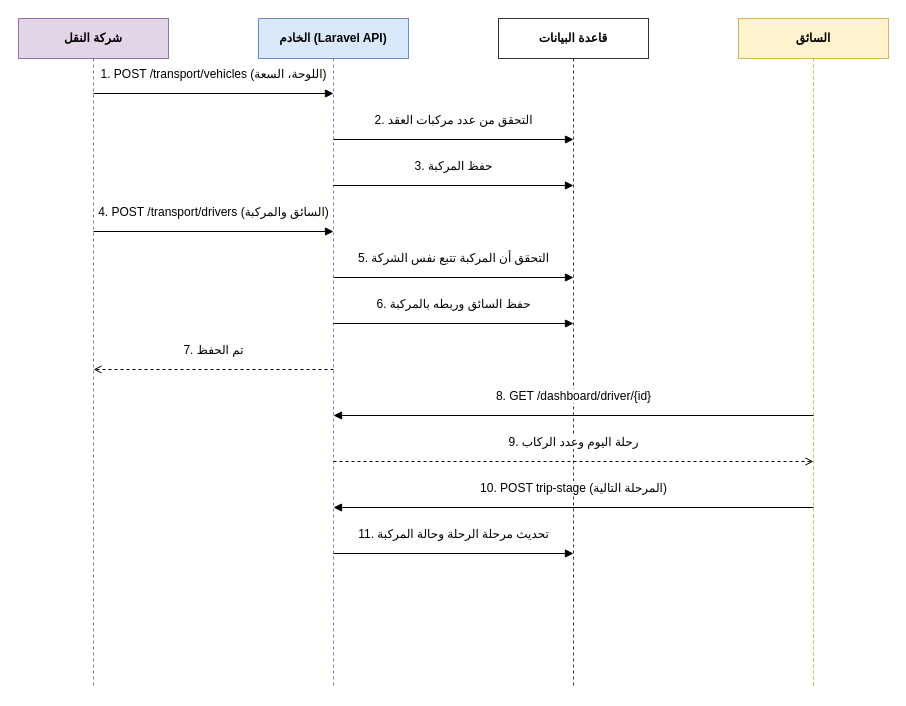
Earlier version of the draw.io diagram مخططات_التحليل_drawio/seq03_transport.drawio (masara-prog/Delni-project). Source tidied: cells renumbered, new cells numbered last; positions are measured from the earlier drawing's top-left corner, leaving out a move shared by most shapes. Both pictures are drawn from the tidied source at 100%, with x=0, y=0 at pixel (18, 18).
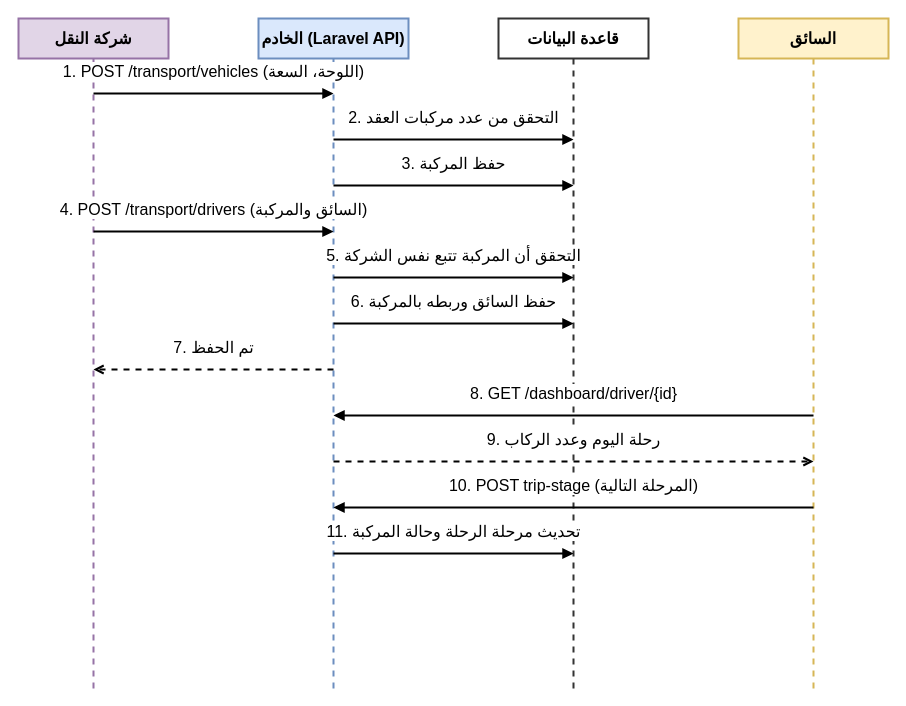
After the change.

The edit, as a diff of the source:
```diff
@@
-    <mxCell id="2" value="شركة النقل" style="shape=umlLifeline;perimeter=lifelinePerimeter;size=40;html=1;whiteSpace=wrap;fontFamily=Arial;fontSize=12;fontStyle=1;fillColor=#e1d5e7;strokeColor=#9673a6;" parent="1" vertex="1">
+    <mxCell id="2" value="شركة النقل" style="shape=umlLifeline;perimeter=lifelinePerimeter;size=40;html=1;whiteSpace=wrap;fontFamily=Arial;fontSize=16;fontStyle=1;fillColor=#e1d5e7;strokeColor=#9673a6;strokeWidth=2;" parent="1" vertex="1">
       <mxGeometry width="150" height="670" as="geometry" />
     </mxCell>
-    <mxCell id="3" value="الخادم (Laravel API)" style="shape=umlLifeline;perimeter=lifelinePerimeter;size=40;html=1;whiteSpace=wrap;fontFamily=Arial;fontSize=12;fontStyle=1;fillColor=#dae8fc;strokeColor=#6c8ebf;" parent="1" vertex="1">
+    <mxCell id="3" value="الخادم (Laravel API)" style="shape=umlLifeline;perimeter=lifelinePerimeter;size=40;html=1;whiteSpace=wrap;fontFamily=Arial;fontSize=16;fontStyle=1;fillColor=#dae8fc;strokeColor=#6c8ebf;strokeWidth=2;" parent="1" vertex="1">
       <mxGeometry x="240" width="150" height="670" as="geometry" />
     </mxCell>
-    <mxCell id="4" value="قاعدة البيانات" style="shape=umlLifeline;perimeter=lifelinePerimeter;size=40;html=1;whiteSpace=wrap;fontFamily=Arial;fontSize=12;fontStyle=1;fillColor=#ffffff;strokeColor=#333333;" parent="1" vertex="1">
+    <mxCell id="4" value="قاعدة البيانات" style="shape=umlLifeline;perimeter=lifelinePerimeter;size=40;html=1;whiteSpace=wrap;fontFamily=Arial;fontSize=16;fontStyle=1;fillColor=#ffffff;strokeColor=#333333;strokeWidth=2;" parent="1" vertex="1">
       <mxGeometry x="480" width="150" height="670" as="geometry" />
     </mxCell>
-    <mxCell id="5" value="السائق" style="shape=umlLifeline;perimeter=lifelinePerimeter;size=40;html=1;whiteSpace=wrap;fontFamily=Arial;fontSize=12;fontStyle=1;fillColor=#fff2cc;strokeColor=#d6b656;" parent="1" vertex="1">
+    <mxCell id="5" value="السائق" style="shape=umlLifeline;perimeter=lifelinePerimeter;size=40;html=1;whiteSpace=wrap;fontFamily=Arial;fontSize=16;fontStyle=1;fillColor=#fff2cc;strokeColor=#d6b656;strokeWidth=2;" parent="1" vertex="1">
       <mxGeometry x="720" width="150" height="670" as="geometry" />
     </mxCell>
-    <mxCell id="6" value="1. POST /transport/vehicles (اللوحة، السعة)" style="endArrow=block;endFill=1;html=1;rounded=0;fontFamily=Arial;fontSize=12;labelBackgroundColor=#ffffff;verticalAlign=bottom;" parent="1" edge="1">
+    <mxCell id="6" value="1. POST /transport/vehicles (اللوحة، السعة)" style="endArrow=block;endFill=1;html=1;rounded=0;fontFamily=Arial;fontSize=16;labelBackgroundColor=#ffffff;verticalAlign=bottom;strokeWidth=2;" parent="1" edge="1">
       <mxGeometry relative="1" as="geometry">
         <mxPoint x="75" y="75" as="sourcePoint" />
         <mxPoint x="315" y="75" as="targetPoint" />
         <mxPoint y="-10" as="offset" />
       </mxGeometry>
     </mxCell>
-    <mxCell id="7" value="2. التحقق من عدد مركبات العقد" style="endArrow=block;endFill=1;html=1;rounded=0;fontFamily=Arial;fontSize=12;labelBackgroundColor=#ffffff;verticalAlign=bottom;" parent="1" edge="1">
+    <mxCell id="7" value="2. التحقق من عدد مركبات العقد" style="endArrow=block;endFill=1;html=1;rounded=0;fontFamily=Arial;fontSize=16;labelBackgroundColor=#ffffff;verticalAlign=bottom;strokeWidth=2;" parent="1" edge="1">
       <mxGeometry relative="1" as="geometry">
         <mxPoint x="315" y="121" as="sourcePoint" />
         <mxPoint x="555" y="121" as="targetPoint" />
         <mxPoint y="-10" as="offset" />
       </mxGeometry>
     </mxCell>
-    <mxCell id="8" value="3. حفظ المركبة" style="endArrow=block;endFill=1;html=1;rounded=0;fontFamily=Arial;fontSize=12;labelBackgroundColor=#ffffff;verticalAlign=bottom;" parent="1" edge="1">
+    <mxCell id="8" value="3. حفظ المركبة" style="endArrow=block;endFill=1;html=1;rounded=0;fontFamily=Arial;fontSize=16;labelBackgroundColor=#ffffff;verticalAlign=bottom;strokeWidth=2;" parent="1" edge="1">
       <mxGeometry relative="1" as="geometry">
         <mxPoint x="315" y="167" as="sourcePoint" />
         <mxPoint x="555" y="167" as="targetPoint" />
         <mxPoint y="-10" as="offset" />
       </mxGeometry>
     </mxCell>
-    <mxCell id="9" value="4. POST /transport/drivers (السائق والمركبة)" style="endArrow=block;endFill=1;html=1;rounded=0;fontFamily=Arial;fontSize=12;labelBackgroundColor=#ffffff;verticalAlign=bottom;" parent="1" edge="1">
+    <mxCell id="9" value="4. POST /transport/drivers (السائق والمركبة)" style="endArrow=block;endFill=1;html=1;rounded=0;fontFamily=Arial;fontSize=16;labelBackgroundColor=#ffffff;verticalAlign=bottom;strokeWidth=2;" parent="1" edge="1">
       <mxGeometry relative="1" as="geometry">
         <mxPoint x="75" y="213" as="sourcePoint" />
         <mxPoint x="315" y="213" as="targetPoint" />
         <mxPoint y="-10" as="offset" />
       </mxGeometry>
     </mxCell>
-    <mxCell id="10" value="5. التحقق أن المركبة تتبع نفس الشركة" style="endArrow=block;endFill=1;html=1;rounded=0;fontFamily=Arial;fontSize=12;labelBackgroundColor=#ffffff;verticalAlign=bottom;" parent="1" edge="1">
+    <mxCell id="10" value="5. التحقق أن المركبة تتبع نفس الشركة" style="endArrow=block;endFill=1;html=1;rounded=0;fontFamily=Arial;fontSize=16;labelBackgroundColor=#ffffff;verticalAlign=bottom;strokeWidth=2;" parent="1" edge="1">
       <mxGeometry relative="1" as="geometry">
         <mxPoint x="315" y="259" as="sourcePoint" />
         <mxPoint x="555" y="259" as="targetPoint" />
         <mxPoint y="-10" as="offset" />
       </mxGeometry>
     </mxCell>
-    <mxCell id="11" value="6. حفظ السائق وربطه بالمركبة" style="endArrow=block;endFill=1;html=1;rounded=0;fontFamily=Arial;fontSize=12;labelBackgroundColor=#ffffff;verticalAlign=bottom;" parent="1" edge="1">
+    <mxCell id="11" value="6. حفظ السائق وربطه بالمركبة" style="endArrow=block;endFill=1;html=1;rounded=0;fontFamily=Arial;fontSize=16;labelBackgroundColor=#ffffff;verticalAlign=bottom;strokeWidth=2;" parent="1" edge="1">
       <mxGeometry relative="1" as="geometry">
         <mxPoint x="315" y="305" as="sourcePoint" />
         <mxPoint x="555" y="305" as="targetPoint" />
         <mxPoint y="-10" as="offset" />
       </mxGeometry>
     </mxCell>
-    <mxCell id="12" value="7. تم الحفظ" style="dashed=1;endArrow=open;html=1;rounded=0;fontFamily=Arial;fontSize=12;labelBackgroundColor=#ffffff;verticalAlign=bottom;" parent="1" edge="1">
+    <mxCell id="12" value="7. تم الحفظ" style="dashed=1;endArrow=open;html=1;rounded=0;fontFamily=Arial;fontSize=16;labelBackgroundColor=#ffffff;verticalAlign=bottom;strokeWidth=2;" parent="1" edge="1">
       <mxGeometry relative="1" as="geometry">
         <mxPoint x="315" y="351" as="sourcePoint" />
         <mxPoint x="75" y="351" as="targetPoint" />
         <mxPoint y="-10" as="offset" />
       </mxGeometry>
     </mxCell>
-    <mxCell id="13" value="8. GET /dashboard/driver/{id}" style="endArrow=block;endFill=1;html=1;rounded=0;fontFamily=Arial;fontSize=12;labelBackgroundColor=#ffffff;verticalAlign=bottom;" parent="1" edge="1">
+    <mxCell id="13" value="8. GET /dashboard/driver/{id}" style="endArrow=block;endFill=1;html=1;rounded=0;fontFamily=Arial;fontSize=16;labelBackgroundColor=#ffffff;verticalAlign=bottom;strokeWidth=2;" parent="1" edge="1">
       <mxGeometry relative="1" as="geometry">
         <mxPoint x="795" y="397" as="sourcePoint" />
         <mxPoint x="315" y="397" as="targetPoint" />
         <mxPoint y="-10" as="offset" />
       </mxGeometry>
     </mxCell>
-    <mxCell id="14" value="9. رحلة اليوم وعدد الركاب" style="dashed=1;endArrow=open;html=1;rounded=0;fontFamily=Arial;fontSize=12;labelBackgroundColor=#ffffff;verticalAlign=bottom;" parent="1" edge="1">
+    <mxCell id="14" value="9. رحلة اليوم وعدد الركاب" style="dashed=1;endArrow=open;html=1;rounded=0;fontFamily=Arial;fontSize=16;labelBackgroundColor=#ffffff;verticalAlign=bottom;strokeWidth=2;" parent="1" edge="1">
       <mxGeometry relative="1" as="geometry">
         <mxPoint x="315" y="443" as="sourcePoint" />
         <mxPoint x="795" y="443" as="targetPoint" />
         <mxPoint y="-10" as="offset" />
       </mxGeometry>
     </mxCell>
-    <mxCell id="15" value="10. POST trip-stage (المرحلة التالية)" style="endArrow=block;endFill=1;html=1;rounded=0;fontFamily=Arial;fontSize=12;labelBackgroundColor=#ffffff;verticalAlign=bottom;" parent="1" edge="1">
+    <mxCell id="15" value="10. POST trip-stage (المرحلة التالية)" style="endArrow=block;endFill=1;html=1;rounded=0;fontFamily=Arial;fontSize=16;labelBackgroundColor=#ffffff;verticalAlign=bottom;strokeWidth=2;" parent="1" edge="1">
       <mxGeometry relative="1" as="geometry">
         <mxPoint x="795" y="489" as="sourcePoint" />
         <mxPoint x="315" y="489" as="targetPoint" />
         <mxPoint y="-10" as="offset" />
       </mxGeometry>
     </mxCell>
-    <mxCell id="16" value="11. تحديث مرحلة الرحلة وحالة المركبة" style="endArrow=block;endFill=1;html=1;rounded=0;fontFamily=Arial;fontSize=12;labelBackgroundColor=#ffffff;verticalAlign=bottom;" parent="1" edge="1">
+    <mxCell id="16" value="11. تحديث مرحلة الرحلة وحالة المركبة" style="endArrow=block;endFill=1;html=1;rounded=0;fontFamily=Arial;fontSize=16;labelBackgroundColor=#ffffff;verticalAlign=bottom;strokeWidth=2;" parent="1" edge="1">
       <mxGeometry relative="1" as="geometry">
         <mxPoint x="315" y="535" as="sourcePoint" />
         <mxPoint x="555" y="535" as="targetPoint" />
         <mxPoint y="-10" as="offset" />
       </mxGeometry>
     </mxCell>
```
